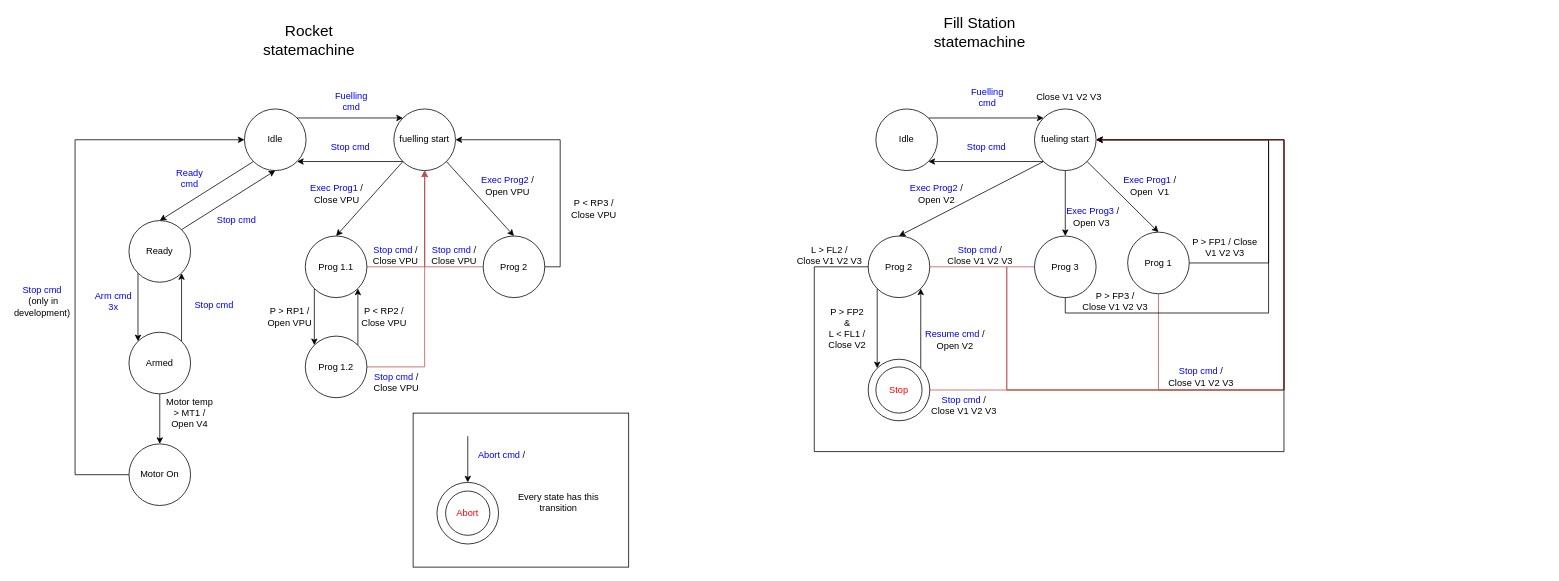
Before: page "Maquinas de estado" (4 of 4) of SupportingDocs/EmbededT1.drawio in dvalnn/INV2_Firmware, a draw.io diagram. Source tidied: cells renumbered, new cells numbered last; positions are measured from the earlier drawing's top-left corner, leaving out a move shared by most shapes. Both pictures are drawn from the tidied source at 77%, with x=0, y=0 at pixel (13, 20).
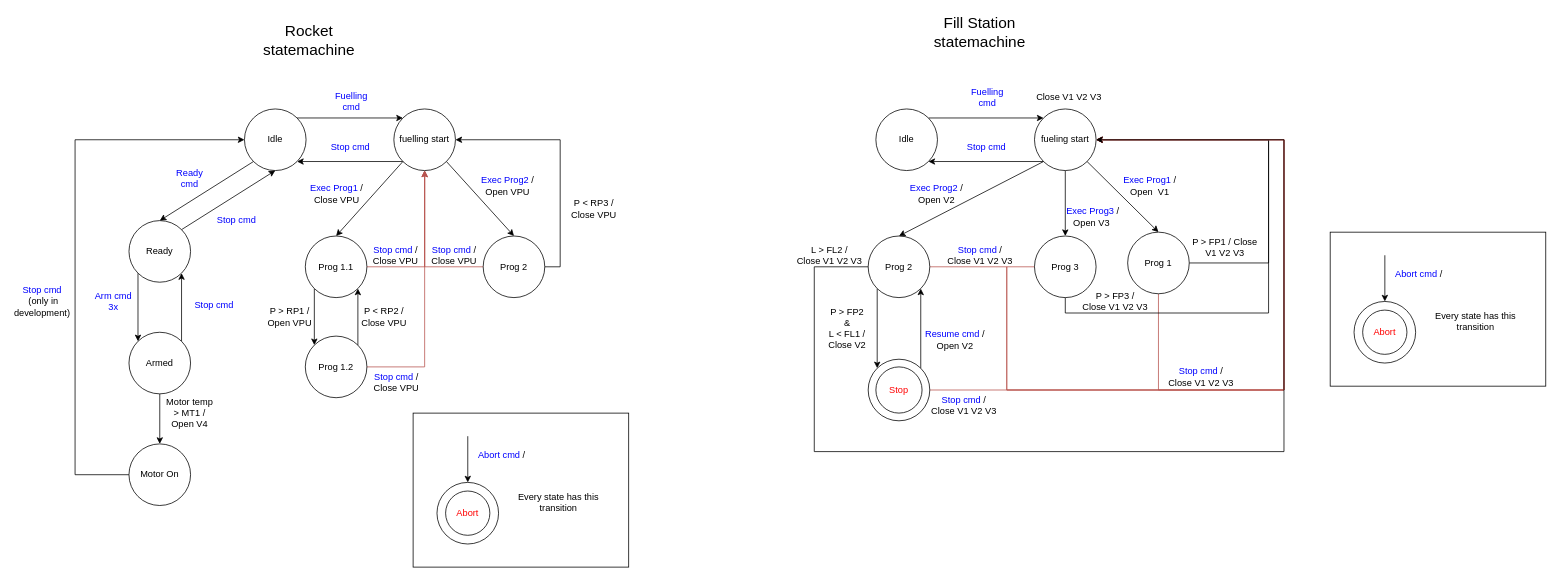
The same page after the edit.

The edit, as a diff of the source:
```diff
@@
+    <mxCell id="90" style="rounded=0;whiteSpace=wrap;html=1;" parent="1" vertex="1">
+      <mxGeometry x="1710" y="275" width="280" height="200" as="geometry" />
+    </mxCell>
+    <mxCell id="91" style="ellipse;whiteSpace=wrap;html=1;" parent="1" vertex="1">
+      <mxGeometry x="1741" y="365" width="80" height="80" as="geometry" />
+    </mxCell>
+    <mxCell id="92" value="&lt;font color=&quot;#ff0000&quot;&gt;Abort&lt;/font&gt;" style="ellipse;whiteSpace=wrap;html=1;" parent="1" vertex="1">
+      <mxGeometry x="1752.2" y="376.2" width="57.5" height="57.5" as="geometry" />
+    </mxCell>
+    <mxCell id="93" value="Every state has this transition" style="text;html=1;align=center;verticalAlign=middle;whiteSpace=wrap;rounded=0;" parent="1" vertex="1">
+      <mxGeometry x="1841" y="376.2" width="116" height="30" as="geometry" />
+    </mxCell>
+    <mxCell id="94" value="&lt;font color=&quot;#0000ff&quot;&gt;Abort cmd&lt;/font&gt; /&amp;nbsp;" style="text;html=1;align=center;verticalAlign=middle;whiteSpace=wrap;rounded=0;" parent="1" vertex="1">
+      <mxGeometry x="1783" y="315" width="88" height="30" as="geometry" />
+    </mxCell>
+    <mxCell id="95" style="endArrow=classic;html=1;rounded=0;entryX=0.5;entryY=0;entryDx=0;entryDy=0;" parent="1" edge="1" target="91">
+      <mxGeometry relative="1" as="geometry">
+        <mxPoint x="1781" y="305" as="sourcePoint" />
+      </mxGeometry>
+    </mxCell>
```
